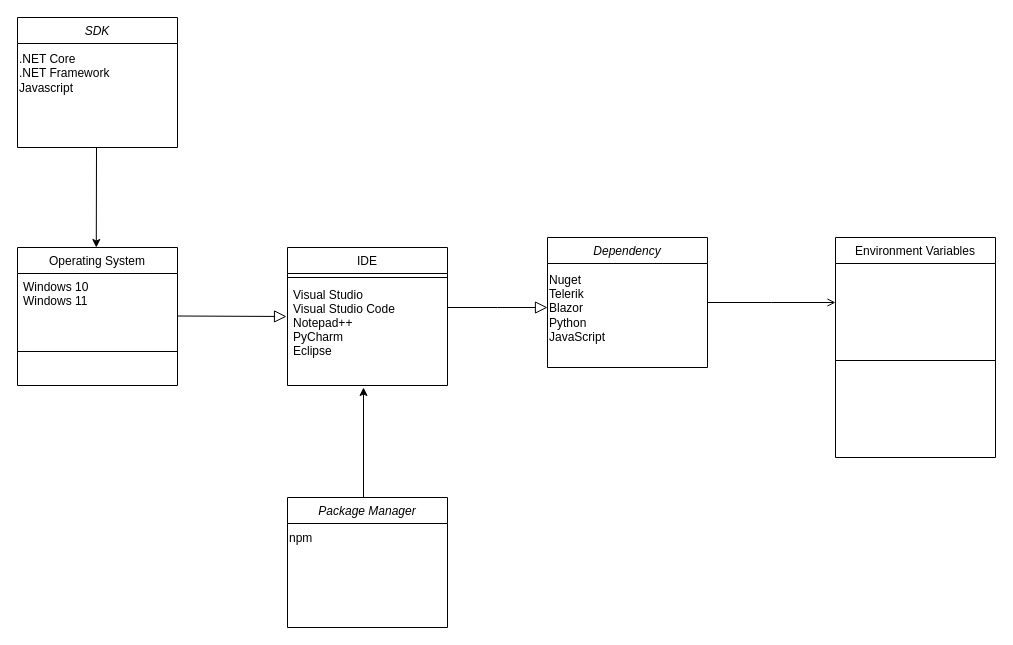
cracksre/Azure keeps this draw.io diagram as DevToolsConfig.drawio. Above is the earlier version. Source tidied: cells renumbered, new cells numbered last; positions are measured from the earlier drawing's top-left corner, leaving out a move shared by most shapes. Both pictures are drawn from the tidied source at 100%, with x=0, y=0 at pixel (17, 17).
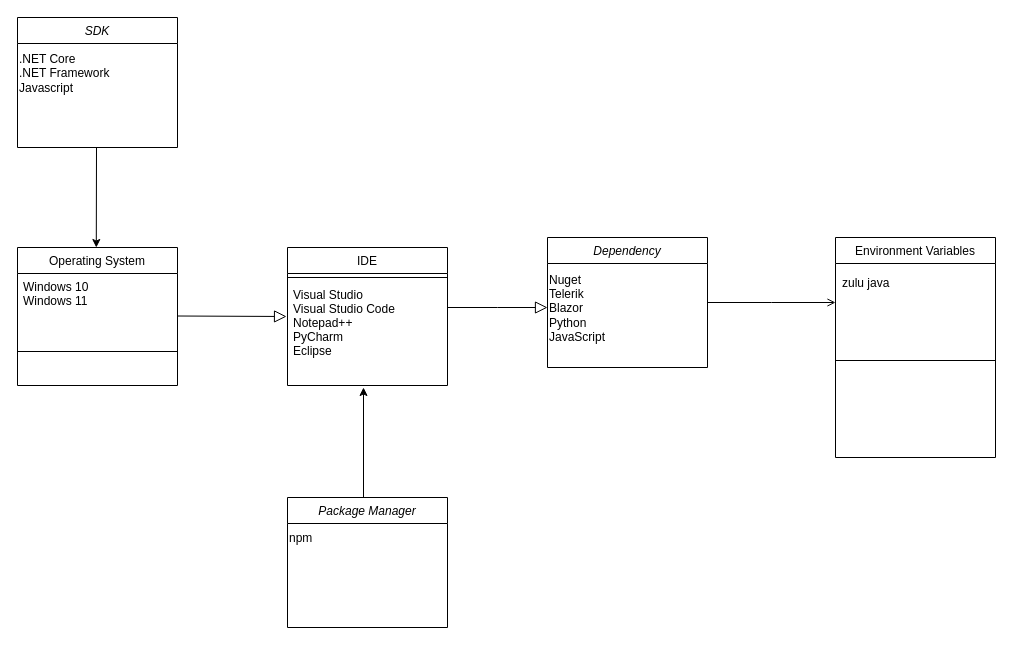
After the change.

The edit, as a diff of the source:
```diff
@@
+    <mxCell id="22" value="zulu java&lt;div&gt;&lt;br&gt;&lt;/div&gt;" style="text;html=1;align=left;verticalAlign=middle;strokeColor=none;fillColor=none;" parent="1" vertex="1">
+      <mxGeometry x="823" y="253" width="70" height="40" as="geometry" />
+    </mxCell>
```
